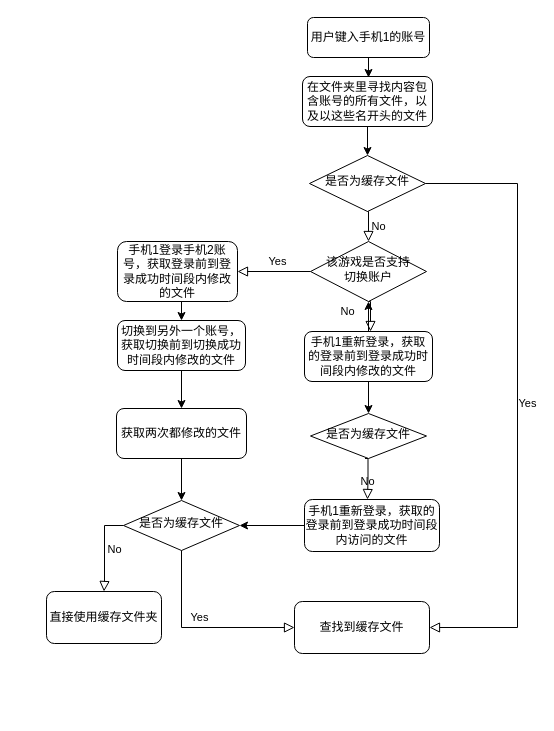
This is loc_file.drawio from linxierr/TVGuoBT, a draw.io file, before an edit. Source tidied: cells renumbered, new cells numbered last; positions are measured from the earlier drawing's top-left corner, leaving out a move shared by most shapes. Both pictures are drawn from the tidied source at 100%, with x=0, y=0 at pixel (46, 17).
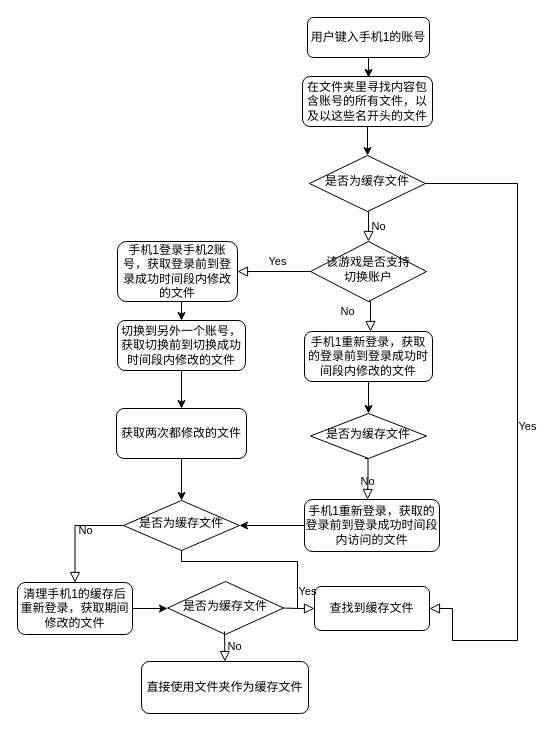
Above is the later version.

Unchanged cells that the change refers to:
```xml
<mxCell id="5" value="是否为缓存文件" style="rhombus;whiteSpace=wrap;html=1;shadow=0;fontFamily=Helvetica;fontSize=12;align=center;strokeWidth=1;spacing=6;spacingTop=-4;" parent="1" vertex="1">
  <mxGeometry x="263" y="138" width="116" height="56" as="geometry" />
</mxCell>
<mxCell id="8" value="该游戏是否支持&lt;br&gt;切换账户" style="rhombus;whiteSpace=wrap;html=1;shadow=0;fontFamily=Helvetica;fontSize=12;align=center;strokeWidth=1;spacing=6;spacingTop=-4;" parent="1" vertex="1">
  <mxGeometry x="264" y="224" width="116" height="60" as="geometry" />
</mxCell>
<mxCell id="15" value="手机1重新登录，获取的登录前到登录成功时间段内修改的文件&lt;br&gt;" style="rounded=1;whiteSpace=wrap;html=1;fontSize=12;glass=0;strokeWidth=1;shadow=0;" parent="1" vertex="1">
  <mxGeometry x="258" y="314" width="128" height="50" as="geometry" />
</mxCell>
<mxCell id="18" value="是否为缓存文件" style="rhombus;whiteSpace=wrap;html=1;shadow=0;fontFamily=Helvetica;fontSize=12;align=center;strokeWidth=1;spacing=6;spacingTop=-4;" parent="1" vertex="1">
  <mxGeometry x="77" y="483" width="116" height="50" as="geometry" />
</mxCell>
```

The edit, as a diff of the source:
```diff
@@
-    <mxCell id="14" style="edgeStyle=orthogonalEdgeStyle;rounded=0;jettySize=auto;html=1;" parent="1" edge="1" source="15" target="8">
-      <mxGeometry relative="1" as="geometry" />
-    </mxCell>
@@
     <mxCell id="23" value="查找到缓存文件" style="rounded=1;whiteSpace=wrap;html=1;fontSize=12;glass=0;strokeWidth=1;shadow=0;" parent="1" vertex="1">
-      <mxGeometry x="248" y="584" width="135" height="52" as="geometry" />
+      <mxGeometry x="268" y="569" width="115" height="44" as="geometry" />
     </mxCell>
-    <mxCell id="24" value="Yes" style="edgeStyle=orthogonalEdgeStyle;rounded=0;html=1;jettySize=auto;fontSize=11;endArrow=block;endFill=0;endSize=8;strokeWidth=1;shadow=0;labelBackgroundColor=none;entryX=0;entryY=0.5;entryDx=0;entryDy=0;exitX=0.5;exitY=1;exitDx=0;exitDy=0;" parent="1" edge="1" source="18" target="23">
-      <mxGeometry y="10" relative="1" as="geometry">
-        <Array as="points">
-          <mxPoint x="135" y="610" />
-        </Array>
-      </mxGeometry>
-    </mxCell>
     <mxCell id="25" value="Yes" style="edgeStyle=orthogonalEdgeStyle;rounded=0;html=1;jettySize=auto;fontSize=11;endArrow=block;endFill=0;endSize=8;strokeWidth=1;shadow=0;labelBackgroundColor=none;exitX=1;exitY=0.5;exitDx=0;exitDy=0;entryX=1;entryY=0.5;entryDx=0;entryDy=0;" parent="1" edge="1" source="5" target="23">
       <mxGeometry y="10" relative="1" as="geometry">
         <Array as="points">
           <mxPoint x="471" y="166" />
-          <mxPoint x="471" y="610" />
+          <mxPoint x="471" y="623" />
+          <mxPoint x="406" y="623" />
         </Array>
       </mxGeometry>
     </mxCell>
     <mxCell id="26" value="No" style="edgeStyle=orthogonalEdgeStyle;rounded=0;html=1;jettySize=auto;fontSize=11;endArrow=block;endFill=0;endSize=8;strokeWidth=1;shadow=0;labelBackgroundColor=none;exitX=0;exitY=0.5;exitDx=0;exitDy=0;entryX=0.5;entryY=0;entryDx=0;entryDy=0;" parent="1" edge="1" source="18" target="27">
       <mxGeometry y="10" relative="1" as="geometry">
         <Array as="points">
-          <mxPoint x="58" y="508" />
-          <mxPoint x="58" y="564" />
+          <mxPoint x="29" y="508" />
+          <mxPoint x="29" y="564" />
         </Array>
       </mxGeometry>
     </mxCell>
-    <mxCell id="27" value="直接使用缓存文件夹" style="rounded=1;whiteSpace=wrap;html=1;fontSize=12;glass=0;strokeWidth=1;shadow=0;" parent="1" vertex="1">
-      <mxGeometry y="574" width="115" height="52" as="geometry" />
+    <mxCell id="27" value="清理手机1的缓存后重新登录，获取期间&lt;br&gt;修改的文件" style="rounded=1;whiteSpace=wrap;html=1;fontSize=12;glass=0;strokeWidth=1;shadow=0;" parent="1" vertex="1">
+      <mxGeometry x="-29" y="565" width="115" height="52" as="geometry" />
     </mxCell>
@@
+    <mxCell id="31" value="是否为缓存文件" style="rhombus;whiteSpace=wrap;html=1;shadow=0;fontFamily=Helvetica;fontSize=12;align=center;strokeWidth=1;spacing=6;spacingTop=-4;" parent="1" vertex="1">
+      <mxGeometry x="121" y="564" width="116" height="53" as="geometry" />
+    </mxCell>
+    <mxCell id="32" style="edgeStyle=orthogonalEdgeStyle;rounded=0;jettySize=auto;html=1;exitX=1;exitY=0.5;exitDx=0;exitDy=0;" parent="1" edge="1" source="27">
+      <mxGeometry relative="1" as="geometry">
+        <mxPoint x="121" y="591" as="targetPoint" />
+        <Array as="points">
+          <mxPoint x="121" y="591" />
+        </Array>
+      </mxGeometry>
+    </mxCell>
+    <mxCell id="24" value="Yes" style="edgeStyle=orthogonalEdgeStyle;rounded=0;html=1;jettySize=auto;fontSize=11;endArrow=block;endFill=0;endSize=8;strokeWidth=1;shadow=0;labelBackgroundColor=none;exitX=0.5;exitY=1;exitDx=0;exitDy=0;entryX=0;entryY=0.5;entryDx=0;entryDy=0;" parent="1" edge="1" source="18" target="23">
+      <mxGeometry x="0.64" y="10" relative="1" as="geometry">
+        <Array as="points">
+          <mxPoint x="135" y="544" />
+          <mxPoint x="251" y="544" />
+          <mxPoint x="251" y="591" />
+        </Array>
+      </mxGeometry>
+    </mxCell>
+    <mxCell id="33" style="endArrow=none;html=1;exitX=1;exitY=0.5;exitDx=0;exitDy=0;" parent="1" edge="1" source="31">
+      <mxGeometry relative="1" as="geometry">
+        <mxPoint x="251" y="591" as="targetPoint" />
+      </mxGeometry>
+    </mxCell>
+    <mxCell id="34" value="直接使用文件夹作为缓存文件" style="rounded=1;whiteSpace=wrap;html=1;fontSize=12;glass=0;strokeWidth=1;shadow=0;" parent="1" vertex="1">
+      <mxGeometry x="95" y="644" width="167" height="52" as="geometry" />
+    </mxCell>
+    <mxCell id="35" value="No&lt;br&gt;" style="edgeStyle=orthogonalEdgeStyle;rounded=0;html=1;jettySize=auto;fontSize=11;endArrow=block;endFill=0;endSize=8;strokeWidth=1;shadow=0;labelBackgroundColor=none;entryX=0.5;entryY=0;entryDx=0;entryDy=0;" parent="1" edge="1" target="34">
+      <mxGeometry y="10" relative="1" as="geometry">
+        <mxPoint x="178" y="614" as="sourcePoint" />
+      </mxGeometry>
+    </mxCell>
```
